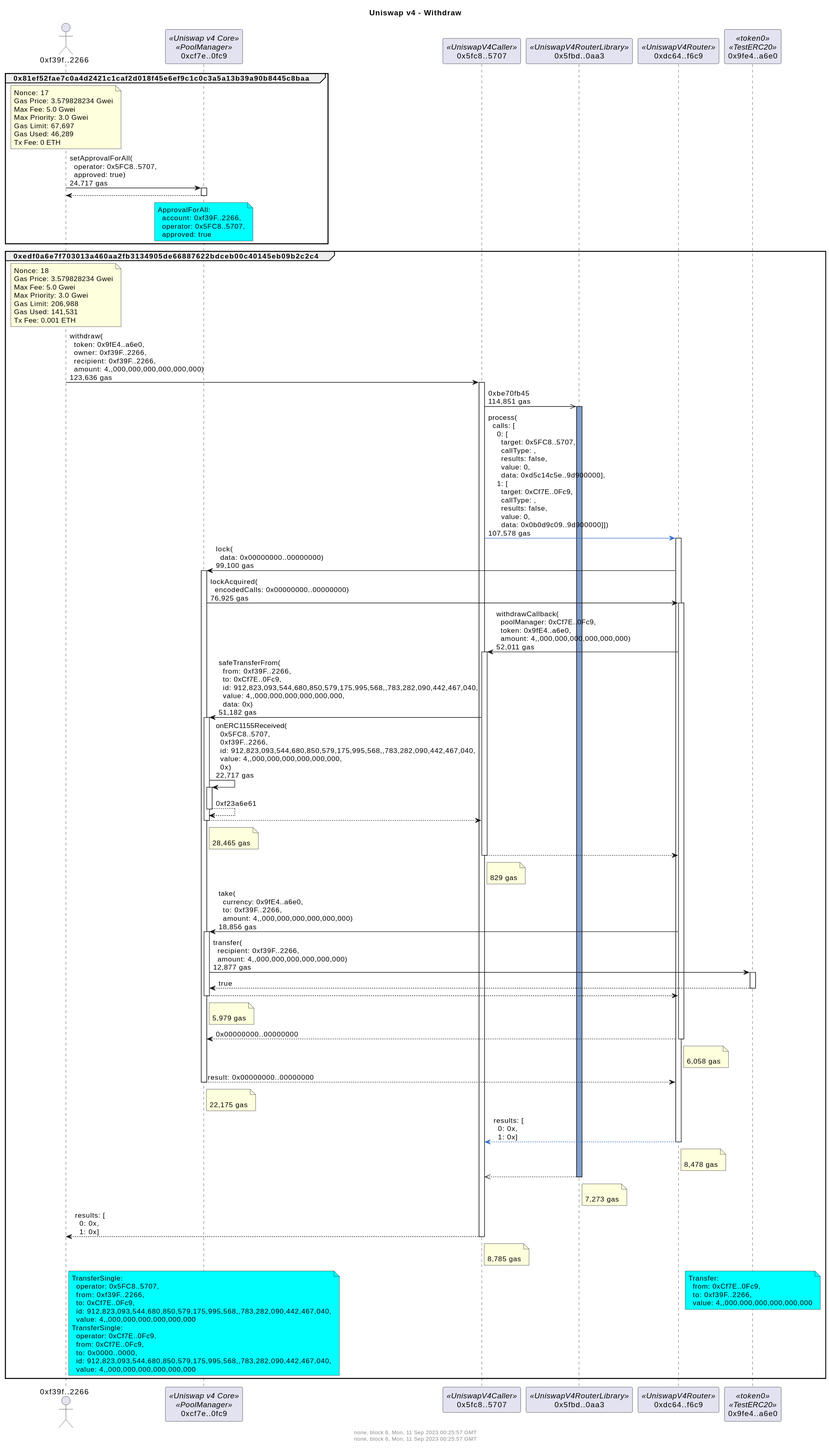
The PlantUML diagram docs/withdrawDetailed.svg in naddison36/uniswap-v4-hooks, before a commit.
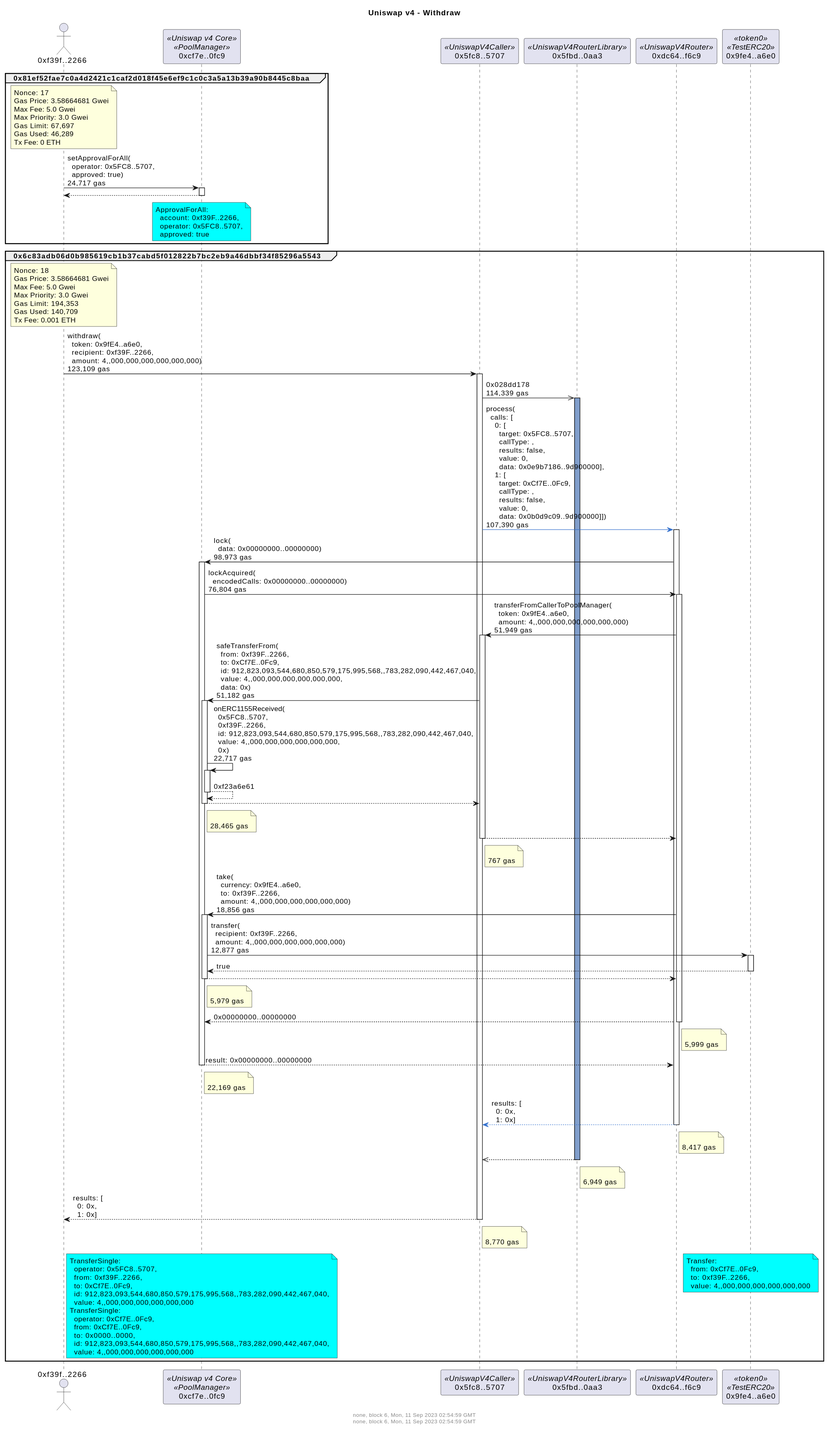
The same diagram one commit later.

Diff of the diagram source:
```diff
@@ -1,8 +1,8 @@
 @startuml
 title Uniswap v4 - Withdraw
 footer
-none, block 6, Mon, 11 Sep 2023 00:25:57 GMT
-none, block 6, Mon, 11 Sep 2023 00:25:57 GMT
+none, block 6, Mon, 11 Sep 2023 02:54:59 GMT
+none, block 6, Mon, 11 Sep 2023 02:54:59 GMT
 
 endfooter
 actor "0xf39f..2266" as f39f2266
@@ -15,7 +15,7 @@
 group 0x81ef52fae7c0a4d2421c1caf2d018f45e6ef9c1c0c3a5a13b39a90b8445c8baa
 note over f39f2266
 Nonce: 17
-Gas Price: 3.579828234 Gwei
+Gas Price: 3.58664681 Gwei
 Max Fee: 5.0 Gwei
 Max Priority: 3.0 Gwei
 Gas Limit: 67,697
@@ -35,28 +35,28 @@
 end note
 
 end
-group 0xedf0a6e7f703013a460aa2fb3134905de66887622bdceb00c40145eb09b2c2c4
+group 0x6c83adb06d0b985619cb1b37cabd5f012822b7bc2eb9a46dbbf34f85296a5543
 note over f39f2266
 Nonce: 18
-Gas Price: 3.579828234 Gwei
+Gas Price: 3.58664681 Gwei
 Max Fee: 5.0 Gwei
 Max Priority: 3.0 Gwei
-Gas Limit: 206,988
-Gas Used: 141,531
+Gas Limit: 194,353
+Gas Used: 140,709
 Tx Fee: 0.001 ETH
 end note
 
-f39f2266 -> 5fc85707: withdraw(\n  token: 0x9fE4..a6e0,\n  owner: 0xf39F..2266,\n  recipient: 0xf39F..2266,\n  amount: 4,,000,000,000,000,000,000)\n123,636 gas
+f39f2266 -> 5fc85707: withdraw(\n  token: 0x9fE4..a6e0,\n  recipient: 0xf39F..2266,\n  amount: 4,,000,000,000,000,000,000)\n123,109 gas
 activate 5fc85707
-5fc85707 ->> 5fbd0aa3: 0xbe70fb45\n114,851 gas
+5fc85707 ->> 5fbd0aa3: 0x028dd178\n114,339 gas
 activate 5fbd0aa3 #809ECB
-5fc85707 -[#3471CD]> dc64f6c9: process(\n  calls: [\n    0: [\n      target: 0x5FC8..5707,\n      callType: ,\n      results: false,\n      value: 0,\n      data: 0xd5c14c5e..9d900000],\n    1: [\n      target: 0xCf7E..0Fc9,\n      callType: ,\n      results: false,\n      value: 0,\n      data: 0x0b0d9c09..9d900000]])\n107,578 gas
+5fc85707 -[#3471CD]> dc64f6c9: process(\n  calls: [\n    0: [\n      target: 0x5FC8..5707,\n      callType: ,\n      results: false,\n      value: 0,\n      data: 0x0e9b7186..9d900000],\n    1: [\n      target: 0xCf7E..0Fc9,\n      callType: ,\n      results: false,\n      value: 0,\n      data: 0x0b0d9c09..9d900000]])\n107,390 gas
 activate dc64f6c9
-dc64f6c9 -> cf7e0fc9: lock(\n  data: 0x00000000..00000000)\n99,100 gas
+dc64f6c9 -> cf7e0fc9: lock(\n  data: 0x00000000..00000000)\n98,973 gas
 activate cf7e0fc9
-cf7e0fc9 -> dc64f6c9: lockAcquired(\n  encodedCalls: 0x00000000..00000000)\n76,925 gas
+cf7e0fc9 -> dc64f6c9: lockAcquired(\n  encodedCalls: 0x00000000..00000000)\n76,804 gas
 activate dc64f6c9
-dc64f6c9 -> 5fc85707: withdrawCallback(\n  poolManager: 0xCf7E..0Fc9,\n  token: 0x9fE4..a6e0,\n  amount: 4,,000,000,000,000,000,000)\n52,011 gas
+dc64f6c9 -> 5fc85707: transferFromCallerToPoolManager(\n  token: 0x9fE4..a6e0,\n  amount: 4,,000,000,000,000,000,000)\n51,949 gas
 activate 5fc85707
 5fc85707 -> cf7e0fc9: safeTransferFrom(\n  from: 0xf39F..2266,\n  to: 0xCf7E..0Fc9,\n  id: 912,823,093,544,680,850,579,175,995,568,,783,282,090,442,467,040,\n  value: 4,,000,000,000,000,000,000,\n  data: 0x)\n51,182 gas
 activate cf7e0fc9
@@ -66,7 +66,7 @@
 return
 note right of cf7e0fc9: \n28,465 gas
 return
-note right of 5fc85707: \n829 gas
+note right of 5fc85707: \n767 gas
 dc64f6c9 -> cf7e0fc9: take(\n  currency: 0x9fE4..a6e0,\n  to: 0xf39F..2266,\n  amount: 4,,000,000,000,000,000,000)\n18,856 gas
 activate cf7e0fc9
 cf7e0fc9 -> 9fe4a6e0: transfer(\n  recipient: 0xf39F..2266,\n  amount: 4,,000,000,000,000,000,000)\n12,877 gas
@@ -75,15 +75,15 @@
 return
 note right of cf7e0fc9: \n5,979 gas
 return 0x00000000..00000000
-note right of dc64f6c9: \n6,058 gas
+note right of dc64f6c9: \n5,999 gas
 return result: 0x00000000..00000000
-note right of cf7e0fc9: \n22,175 gas
+note right of cf7e0fc9: \n22,169 gas
 return results: [\n  0: 0x,\n  1: 0x]
-note right of dc64f6c9: \n8,478 gas
+note right of dc64f6c9: \n8,417 gas
 return
-note right of 5fbd0aa3: \n7,273 gas
+note right of 5fbd0aa3: \n6,949 gas
 return results: [\n  0: 0x,\n  1: 0x]
-note right of 5fc85707: \n8,785 gas
+note right of 5fc85707: \n8,770 gas
 
 note over cf7e0fc9 #aqua
 TransferSingle:
```
